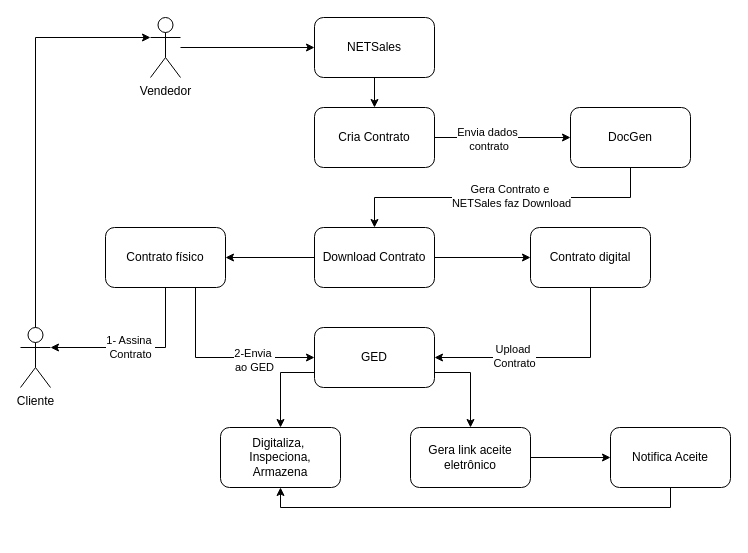
The draw.io diagram RGC Contrato único Termo adesão Unificado.drawio in samirali/ClaroBrasil, before the edit. Source tidied: cells renumbered, new cells numbered last; positions are measured from the earlier drawing's top-left corner, leaving out a move shared by most shapes. Both pictures are drawn from the tidied source at 100%, with x=0, y=0 at pixel (20, 17).
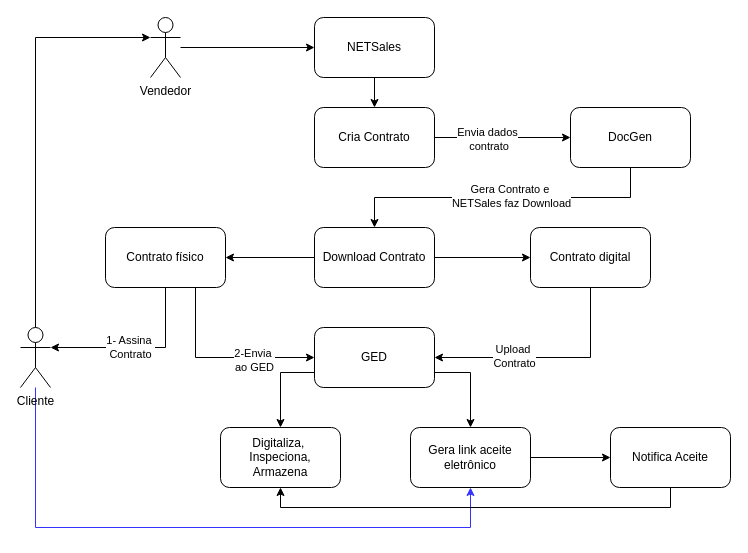
Above is the later version.

Unchanged cells that the change refers to:
```xml
<mxCell id="18" value="Cliente" style="shape=umlActor;verticalLabelPosition=bottom;verticalAlign=top;html=1;outlineConnect=0;" parent="1" vertex="1">
  <mxGeometry y="310" width="30" height="60" as="geometry" />
</mxCell>
<mxCell id="30" value="Gera link aceite eletrônico" style="rounded=1;whiteSpace=wrap;html=1;" parent="1" vertex="1">
  <mxGeometry x="390" y="410" width="120" height="60" as="geometry" />
</mxCell>
```

The edit, as a diff of the source:
```diff
@@
+    <mxCell id="33" style="edgeStyle=orthogonalEdgeStyle;rounded=0;jettySize=auto;html=1;entryX=0.5;entryY=1;entryDx=0;entryDy=0;strokeColor=#3333FF;" parent="1" edge="1" source="18" target="30">
+      <mxGeometry relative="1" as="geometry">
+        <Array as="points">
+          <mxPoint x="15" y="510" />
+          <mxPoint x="450" y="510" />
+        </Array>
+      </mxGeometry>
+    </mxCell>
```
